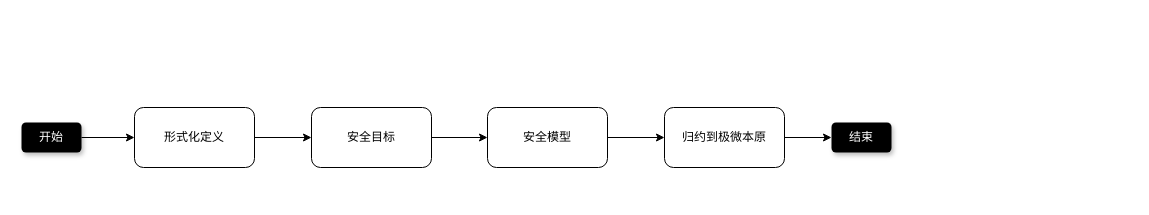
Earlier version of the draw.io diagram figures/可证明安全.drawio (mokatto/drawio). Source tidied: cells renumbered, new cells numbered last; positions are measured from the earlier drawing's top-left corner, leaving out a move shared by most shapes. Both pictures are drawn from the tidied source at 100%, with x=0, y=0 at pixel (21, 107).
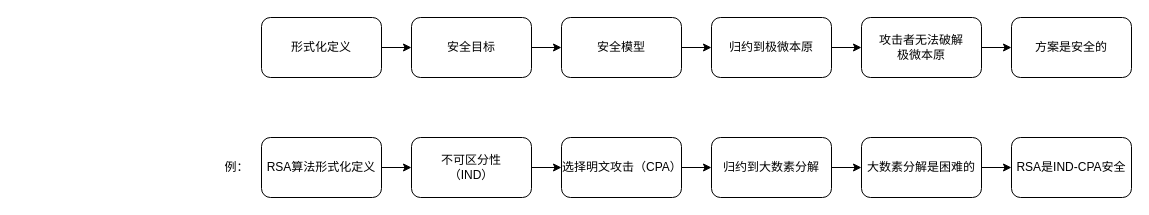
The same diagram, later.

Commit message:
更新可证明安全.drawio

Diff of the diagram source:
```diff
@@
-    <mxCell id="2" style="edgeStyle=orthogonalEdgeStyle;rounded=0;jettySize=auto;html=1;" parent="1" edge="1" source="3" target="5">
+    <mxCell id="2" style="edgeStyle=orthogonalEdgeStyle;rounded=0;jettySize=auto;html=1;exitX=1;exitY=0.5;exitDx=0;exitDy=0;" parent="1" edge="1" source="3" target="5">
       <mxGeometry relative="1" as="geometry" />
     </mxCell>
     <mxCell id="3" value="形式化定义" style="rounded=1;whiteSpace=wrap;html=1;" parent="1" vertex="1">
-      <mxGeometry x="113" width="120" height="60" as="geometry" />
+      <mxGeometry x="240" y="-90" width="120" height="60" as="geometry" />
     </mxCell>
-    <mxCell id="4" style="edgeStyle=orthogonalEdgeStyle;rounded=0;jettySize=auto;html=1;" parent="1" edge="1" source="5" target="7">
+    <mxCell id="4" style="edgeStyle=orthogonalEdgeStyle;rounded=0;jettySize=auto;html=1;exitX=1;exitY=0.5;exitDx=0;exitDy=0;entryX=0;entryY=0.5;entryDx=0;entryDy=0;" parent="1" edge="1" source="5" target="7">
       <mxGeometry relative="1" as="geometry" />
     </mxCell>
     <mxCell id="5" value="安全目标" style="rounded=1;whiteSpace=wrap;html=1;" parent="1" vertex="1">
-      <mxGeometry x="290" width="120" height="60" as="geometry" />
+      <mxGeometry x="390" y="-90" width="120" height="60" as="geometry" />
     </mxCell>
-    <mxCell id="6" style="edgeStyle=orthogonalEdgeStyle;rounded=0;jettySize=auto;html=1;" parent="1" edge="1" source="7" target="9">
+    <mxCell id="6" style="edgeStyle=orthogonalEdgeStyle;rounded=0;jettySize=auto;html=1;exitX=1;exitY=0.5;exitDx=0;exitDy=0;entryX=0;entryY=0.5;entryDx=0;entryDy=0;" parent="1" edge="1" source="7" target="9">
       <mxGeometry relative="1" as="geometry" />
     </mxCell>
     <mxCell id="7" value="安全模型" style="rounded=1;whiteSpace=wrap;html=1;" parent="1" vertex="1">
-      <mxGeometry x="466" width="120" height="60" as="geometry" />
+      <mxGeometry x="540" y="-90" width="120" height="60" as="geometry" />
     </mxCell>
-    <mxCell id="8" style="edgeStyle=orthogonalEdgeStyle;rounded=0;jettySize=auto;html=1;exitX=1;exitY=0.5;exitDx=0;exitDy=0;entryX=0;entryY=0.5;entryDx=0;entryDy=0;" parent="1" edge="1" source="9" target="10">
-      <mxGeometry relative="1" as="geometry" />
-    </mxCell>
+    <mxCell id="13" style="edgeStyle=orthogonalEdgeStyle;rounded=0;jettySize=auto;html=1;exitX=1;exitY=0.5;exitDx=0;exitDy=0;entryX=0;entryY=0.5;entryDx=0;entryDy=0;" parent="1" edge="1" source="9" target="15">
+      <mxGeometry relative="1" as="geometry" />
+    </mxCell>
     <mxCell id="9" value="归约到极微本原" style="rounded=1;whiteSpace=wrap;html=1;" parent="1" vertex="1">
-      <mxGeometry x="643" width="120" height="60" as="geometry" />
+      <mxGeometry x="690" y="-90" width="120" height="60" as="geometry" />
     </mxCell>
-    <mxCell id="10" value="&lt;font style=&quot;background-color: rgb(0, 0, 0);&quot; color=&quot;#ffffff&quot;&gt;结束&lt;/font&gt;" style="text;html=1;align=center;verticalAlign=middle;whiteSpace=wrap;rounded=1;shadow=1;fillColor=#000000;" parent="1" vertex="1">
-      <mxGeometry x="810" y="15" width="60" height="30" as="geometry" />
-    </mxCell>
-    <mxCell id="11" style="edgeStyle=orthogonalEdgeStyle;hachureGap=4;jettySize=auto;html=1;exitX=1;exitY=0.5;exitDx=0;exitDy=0;entryX=0;entryY=0.5;entryDx=0;entryDy=0;fontFamily=Architects Daughter;fontSize=16;" parent="1" edge="1" source="12" target="3">
-      <mxGeometry relative="1" as="geometry" />
-    </mxCell>
-    <mxCell id="12" value="&lt;font style=&quot;background-color: rgb(0, 0, 0);&quot; color=&quot;#ffffff&quot;&gt;开始&lt;/font&gt;" style="text;html=1;align=center;verticalAlign=middle;whiteSpace=wrap;rounded=1;shadow=1;fillColor=#000000;" parent="1" vertex="1">
-      <mxGeometry y="15" width="60" height="30" as="geometry" />
-    </mxCell>
+    <mxCell id="14" style="edgeStyle=orthogonalEdgeStyle;rounded=0;jettySize=auto;html=1;exitX=1;exitY=0.5;exitDx=0;exitDy=0;entryX=0;entryY=0.5;entryDx=0;entryDy=0;" parent="1" edge="1" source="15" target="16">
+      <mxGeometry relative="1" as="geometry" />
+    </mxCell>
+    <mxCell id="15" value="攻击者无法破解&lt;br&gt;极微本原" style="rounded=1;whiteSpace=wrap;html=1;" parent="1" vertex="1">
+      <mxGeometry x="840" y="-90" width="120" height="60" as="geometry" />
+    </mxCell>
+    <mxCell id="16" value="方案是安全的" style="rounded=1;whiteSpace=wrap;html=1;" parent="1" vertex="1">
+      <mxGeometry x="990" y="-90" width="120" height="60" as="geometry" />
+    </mxCell>
+    <mxCell id="17" style="edgeStyle=orthogonalEdgeStyle;rounded=0;jettySize=auto;html=1;exitX=1;exitY=0.5;exitDx=0;exitDy=0;entryX=0;entryY=0.5;entryDx=0;entryDy=0;" parent="1" edge="1" source="18" target="20">
+      <mxGeometry relative="1" as="geometry" />
+    </mxCell>
+    <mxCell id="18" value="RSA算法形式化定义" style="rounded=1;whiteSpace=wrap;html=1;" parent="1" vertex="1">
+      <mxGeometry x="240" y="30" width="120" height="60" as="geometry" />
+    </mxCell>
+    <mxCell id="19" style="edgeStyle=orthogonalEdgeStyle;rounded=0;jettySize=auto;html=1;exitX=1;exitY=0.5;exitDx=0;exitDy=0;entryX=0;entryY=0.5;entryDx=0;entryDy=0;" parent="1" edge="1" source="20" target="22">
+      <mxGeometry relative="1" as="geometry" />
+    </mxCell>
+    <mxCell id="20" value="不可区分性&lt;br&gt;（IND）" style="rounded=1;whiteSpace=wrap;html=1;" parent="1" vertex="1">
+      <mxGeometry x="390" y="30" width="120" height="60" as="geometry" />
+    </mxCell>
+    <mxCell id="21" style="edgeStyle=orthogonalEdgeStyle;rounded=0;jettySize=auto;html=1;exitX=1;exitY=0.5;exitDx=0;exitDy=0;entryX=0;entryY=0.5;entryDx=0;entryDy=0;" parent="1" edge="1" source="22" target="24">
+      <mxGeometry relative="1" as="geometry" />
+    </mxCell>
+    <mxCell id="22" value="选择明文攻击（CPA）" style="rounded=1;whiteSpace=wrap;html=1;" parent="1" vertex="1">
+      <mxGeometry x="540" y="30" width="120" height="60" as="geometry" />
+    </mxCell>
+    <mxCell id="23" style="edgeStyle=orthogonalEdgeStyle;rounded=0;jettySize=auto;html=1;exitX=1;exitY=0.5;exitDx=0;exitDy=0;entryX=0;entryY=0.5;entryDx=0;entryDy=0;" parent="1" edge="1" source="24" target="26">
+      <mxGeometry relative="1" as="geometry" />
+    </mxCell>
+    <mxCell id="24" value="归约到大数素分解" style="rounded=1;whiteSpace=wrap;html=1;" parent="1" vertex="1">
+      <mxGeometry x="690" y="30" width="120" height="60" as="geometry" />
+    </mxCell>
+    <mxCell id="25" style="edgeStyle=orthogonalEdgeStyle;rounded=0;jettySize=auto;html=1;exitX=1;exitY=0.5;exitDx=0;exitDy=0;entryX=0;entryY=0.5;entryDx=0;entryDy=0;" parent="1" edge="1" source="26" target="27">
+      <mxGeometry relative="1" as="geometry" />
+    </mxCell>
+    <mxCell id="26" value="大数素分解是困难的" style="rounded=1;whiteSpace=wrap;html=1;" parent="1" vertex="1">
+      <mxGeometry x="840" y="30" width="120" height="60" as="geometry" />
+    </mxCell>
+    <mxCell id="27" value="RSA是IND-CPA安全" style="rounded=1;whiteSpace=wrap;html=1;" parent="1" vertex="1">
+      <mxGeometry x="990" y="30" width="120" height="60" as="geometry" />
+    </mxCell>
+    <mxCell id="28" value="例：" style="text;html=1;align=center;verticalAlign=middle;strokeColor=none;fillColor=none;" parent="1" vertex="1">
+      <mxGeometry x="190" y="45" width="50" height="30" as="geometry" />
+    </mxCell>
```
